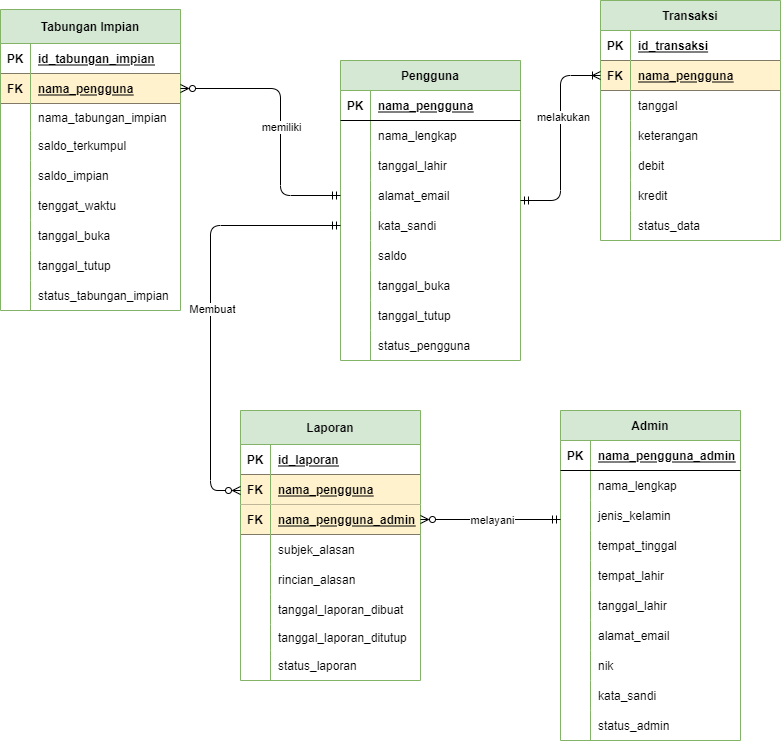
ammarsufyan/Darimu keeps this draw.io diagram as Database/ERD_Darimu_Transparant.png. Above is the earlier version. Source tidied: cells renumbered, new cells last; positions are measured from the earlier drawing's top-left corner, leaving out a move shared by most shapes.
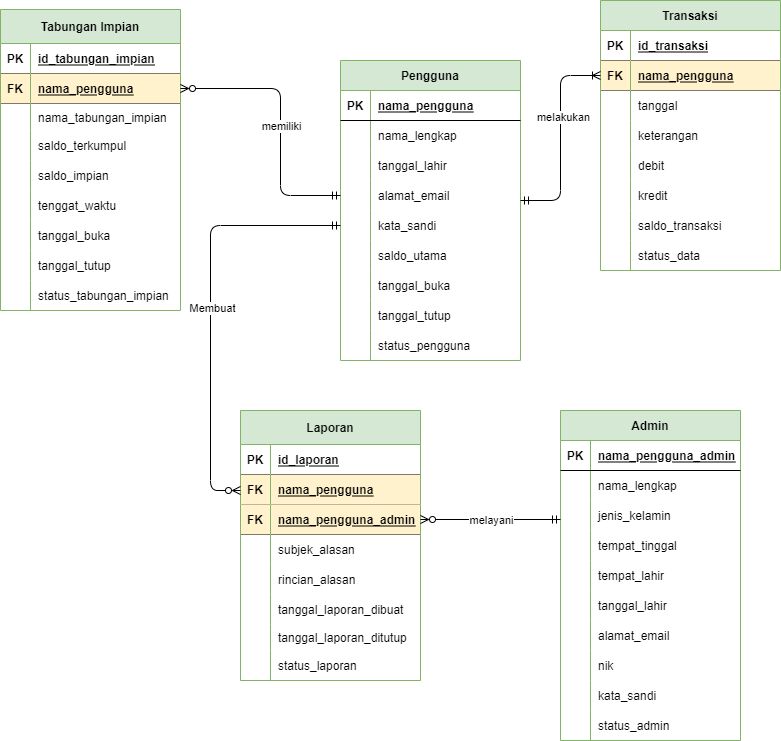
The same file after the commit.

Diff of the diagram source:
```diff
@@ -56,7 +56,7 @@
     <mxCell id="19" style="shape=partialRectangle;fillColor=none;top=0;left=0;bottom=0;right=0;overflow=hidden;" parent="18" vertex="1">
       <mxGeometry width="30" height="30" as="geometry" />
     </mxCell>
-    <mxCell id="20" value="saldo" style="shape=partialRectangle;fillColor=none;top=0;left=0;bottom=0;right=0;align=left;spacingLeft=6;overflow=hidden;" parent="18" vertex="1">
+    <mxCell id="20" value="saldo_utama" style="shape=partialRectangle;fillColor=none;top=0;left=0;bottom=0;right=0;align=left;spacingLeft=6;overflow=hidden;" parent="18" vertex="1">
       <mxGeometry x="30" width="150" height="30" as="geometry" />
     </mxCell>
     <mxCell id="21" style="shape=partialRectangle;fillColor=none;top=0;left=0;bottom=0;right=0;" parent="2" vertex="1">
@@ -87,7 +87,7 @@
       <mxGeometry x="30" width="150" height="30" as="geometry" />
     </mxCell>
     <mxCell id="30" value="Transaksi" style="shape=table;startSize=30;rowLines=0;fontStyle=1;align=center;fillColor=#d5e8d4;strokeColor=#82b366;" parent="1" vertex="1">
-      <mxGeometry x="600" width="180" height="240" as="geometry" />
+      <mxGeometry x="600" width="180" height="270" as="geometry" />
     </mxCell>
     <mxCell id="31" style="shape=partialRectangle;fillColor=none;top=0;left=0;bottom=1;right=0;" parent="30" vertex="1">
       <mxGeometry y="30" width="180" height="30" as="geometry" />
@@ -143,8 +143,17 @@
     <mxCell id="48" value="kredit" style="shape=partialRectangle;fillColor=none;top=0;left=0;bottom=0;right=0;align=left;spacingLeft=6;overflow=hidden;" parent="46" vertex="1">
       <mxGeometry x="30" width="150" height="30" as="geometry" />
     </mxCell>
+    <mxCell id="144" style="shape=partialRectangle;fillColor=none;top=0;left=0;bottom=0;right=0;" parent="30" vertex="1">
+      <mxGeometry y="210" width="180" height="30" as="geometry" />
+    </mxCell>
+    <mxCell id="145" style="shape=partialRectangle;fillColor=none;top=0;left=0;bottom=0;right=0;overflow=hidden;" parent="144" vertex="1">
+      <mxGeometry width="30" height="30" as="geometry" />
+    </mxCell>
+    <mxCell id="146" value="saldo_transaksi" style="shape=partialRectangle;fillColor=none;top=0;left=0;bottom=0;right=0;align=left;spacingLeft=6;overflow=hidden;" parent="144" vertex="1">
+      <mxGeometry x="30" width="150" height="30" as="geometry" />
+    </mxCell>
     <mxCell id="49" style="shape=partialRectangle;fillColor=none;top=0;left=0;bottom=0;right=0;" parent="30" vertex="1">
-      <mxGeometry y="210" width="180" height="30" as="geometry" />
+      <mxGeometry y="240" width="180" height="30" as="geometry" />
     </mxCell>
     <mxCell id="50" style="shape=partialRectangle;fillColor=none;top=0;left=0;bottom=0;right=0;overflow=hidden;" parent="49" vertex="1">
       <mxGeometry width="30" height="30" as="geometry" />
```
